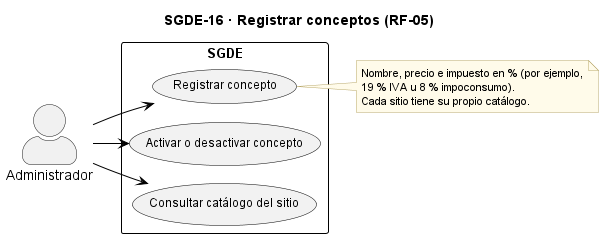
Before: docs/casos_uso_sgde/SGDE-16_Registrar_conceptos.png, a diagram exported from PlantUML (AndreCamx2/Gestion-De-Eventos).
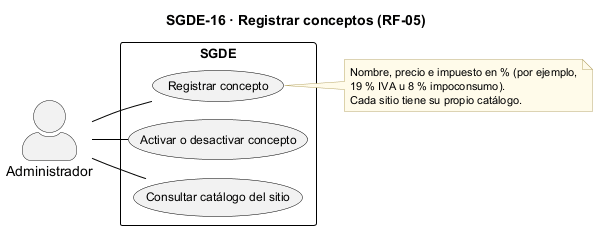
Above is the later version.

What changed in the source:
```diff
@@ -29,9 +29,9 @@
   usecase "Consultar catálogo del sitio" as UC3
 }
 
-AD --> UC1
-AD --> UC2
-AD --> UC3
+AD -- UC1
+AD -- UC2
+AD -- UC3
 
 note right of UC1
   Nombre, precio e impuesto en % (por ejemplo,
```
